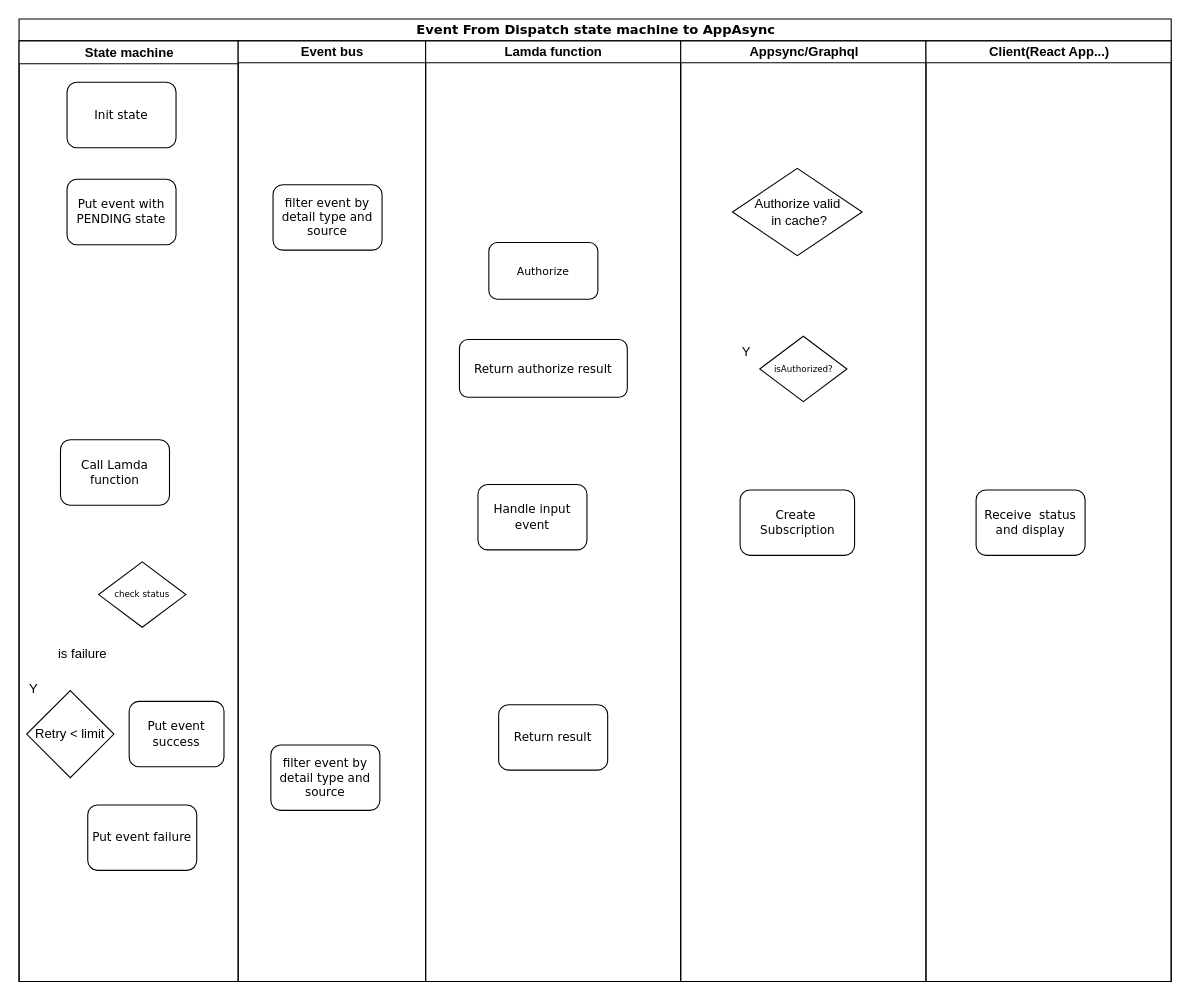
This is dispatchevent.drawio from dieunguyen2003/deploycode, a draw.io file, before an edit. Source tidied: cells renumbered, new cells numbered last; positions are measured from the earlier drawing's top-left corner, leaving out a move shared by most shapes. Both pictures are drawn from the tidied source at 109%, with x=0, y=0 at pixel (19, 19).
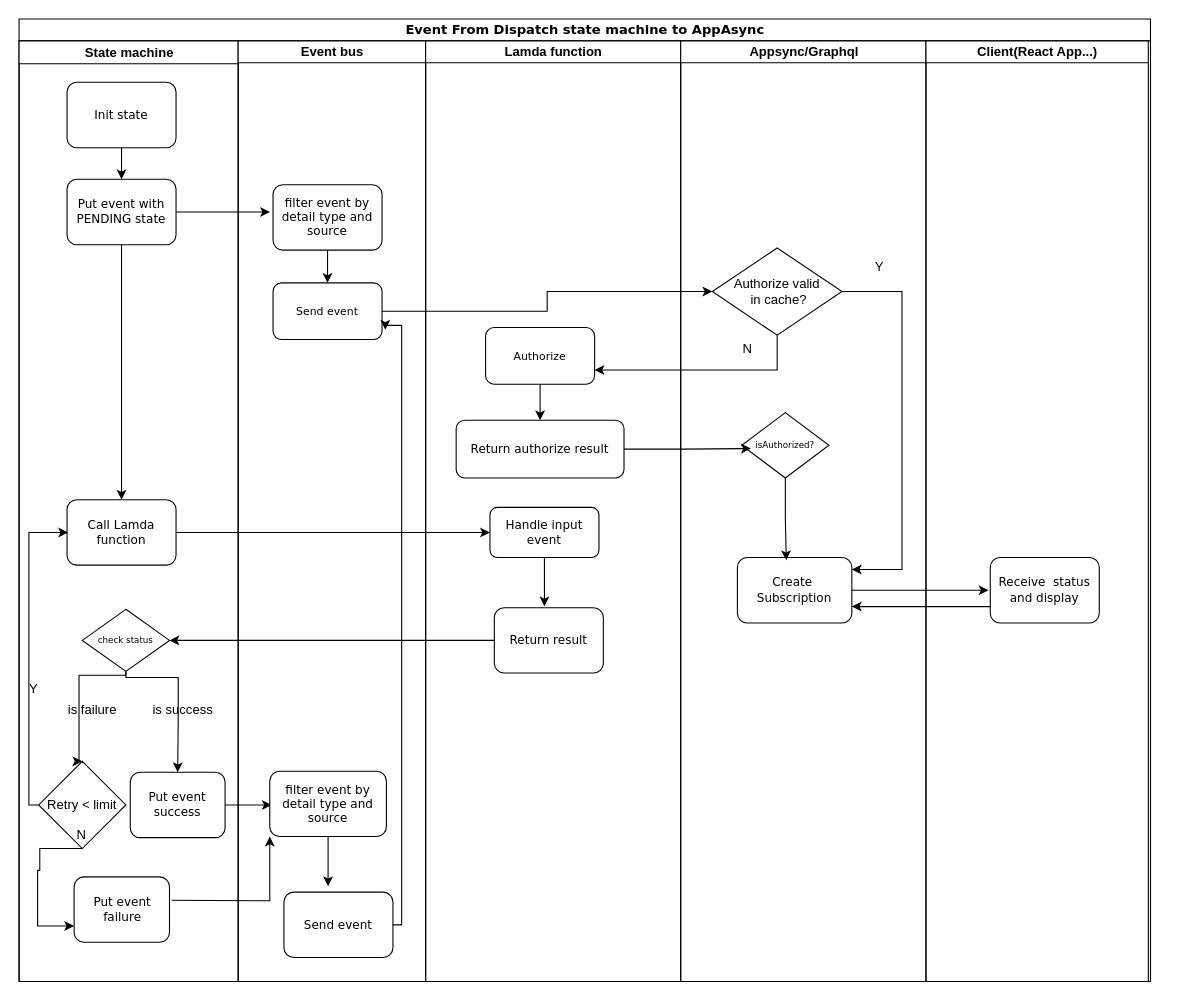
The same diagram, later.

Unchanged cells that the change refers to:
```xml
<mxCell id="3" value="State machine" style="swimlane;html=1;startSize=21;" parent="2" vertex="1">
  <mxGeometry y="20" width="201" height="863" as="geometry" />
</mxCell>
<mxCell id="4" value="&lt;span style=&quot;font-size: 11px;&quot;&gt;Init state&lt;/span&gt;" style="rounded=1;whiteSpace=wrap;html=1;shadow=0;labelBackgroundColor=none;strokeWidth=1;fontFamily=Verdana;fontSize=8;align=center;" parent="3" vertex="1">
  <mxGeometry x="44" y="38" width="100" height="60" as="geometry" />
</mxCell>
<mxCell id="5" value="&lt;font style=&quot;font-size: 11px;&quot;&gt;Put event with PENDING state&lt;/font&gt;" style="rounded=1;whiteSpace=wrap;html=1;shadow=0;labelBackgroundColor=none;strokeWidth=1;fontFamily=Verdana;fontSize=8;align=center;" parent="3" vertex="1">
  <mxGeometry x="44" y="127" width="100" height="60" as="geometry" />
</mxCell>
<mxCell id="13" value="Event bus" style="swimlane;html=1;startSize=20;" parent="2" vertex="1">
  <mxGeometry x="201" y="20" width="172" height="863" as="geometry" />
</mxCell>
<mxCell id="14" value="&lt;font style=&quot;font-size: 11px;&quot;&gt;filter event by detail type and source&lt;/font&gt;" style="rounded=1;whiteSpace=wrap;html=1;shadow=0;labelBackgroundColor=none;strokeWidth=1;fontFamily=Verdana;fontSize=8;align=center;" parent="13" vertex="1">
  <mxGeometry x="32" y="132" width="100" height="60" as="geometry" />
</mxCell>
<mxCell id="16" value="Lamda function" style="swimlane;html=1;startSize=20;" parent="2" vertex="1">
  <mxGeometry x="373" y="20" width="234" height="863" as="geometry" />
</mxCell>
<mxCell id="21" value="Appsync/Graphql" style="swimlane;html=1;startSize=20;" parent="2" vertex="1">
  <mxGeometry x="607" y="20" width="225" height="863" as="geometry" />
</mxCell>
```

The edit, as a diff of the source:
```diff
@@
     <mxCell id="2" value="&lt;font style=&quot;font-size: 12px;&quot;&gt;Event From Dispatch state machine to AppAsync&lt;/font&gt;" style="swimlane;html=1;startSize=20;rounded=0;shadow=0;labelBackgroundColor=none;strokeWidth=1;fontFamily=Verdana;fontSize=8;align=center;" parent="1" vertex="1">
-      <mxGeometry width="1057" height="883" as="geometry" />
+      <mxGeometry width="1038" height="883" as="geometry" />
     </mxCell>
@@
+    <mxCell id="28" style="edgeStyle=orthogonalEdgeStyle;rounded=0;jettySize=auto;html=1;entryX=0.5;entryY=0;entryDx=0;entryDy=0;" parent="3" edge="1" source="4" target="5">
+      <mxGeometry relative="1" as="geometry" />
+    </mxCell>
@@
+    <mxCell id="29" style="edgeStyle=orthogonalEdgeStyle;rounded=0;jettySize=auto;html=1;" parent="3" edge="1" source="5">
+      <mxGeometry relative="1" as="geometry">
+        <mxPoint x="230.2" y="157" as="targetPoint" />
+      </mxGeometry>
+    </mxCell>
+    <mxCell id="30" style="edgeStyle=orthogonalEdgeStyle;rounded=0;jettySize=auto;html=1;entryX=0.5;entryY=0;entryDx=0;entryDy=0;" parent="3" edge="1" source="5" target="6">
+      <mxGeometry relative="1" as="geometry" />
+    </mxCell>
@@
     <mxCell id="6" value="&lt;font style=&quot;font-size: 11px;&quot;&gt;Call Lamda function&lt;/font&gt;" style="rounded=1;whiteSpace=wrap;html=1;shadow=0;labelBackgroundColor=none;strokeWidth=1;fontFamily=Verdana;fontSize=8;align=center;" parent="3" vertex="1">
-      <mxGeometry x="38" y="366" width="100" height="60" as="geometry" />
+      <mxGeometry x="44" y="421" width="100" height="60" as="geometry" />
     </mxCell>
+    <mxCell id="31" style="edgeStyle=orthogonalEdgeStyle;rounded=0;jettySize=auto;html=1;entryX=0.5;entryY=0;entryDx=0;entryDy=0;" parent="3" edge="1" source="7" target="12">
+      <mxGeometry relative="1" as="geometry">
+        <Array as="points">
+          <mxPoint x="98" y="584" />
+          <mxPoint x="146" y="584" />
+          <mxPoint x="146" y="625" />
+        </Array>
+      </mxGeometry>
+    </mxCell>
+    <mxCell id="32" style="edgeStyle=orthogonalEdgeStyle;rounded=0;jettySize=auto;html=1;entryX=0.5;entryY=0;entryDx=0;entryDy=0;" parent="3" edge="1" source="7" target="8">
+      <mxGeometry relative="1" as="geometry">
+        <Array as="points">
+          <mxPoint x="98" y="582" />
+          <mxPoint x="55" y="582" />
+          <mxPoint x="55" y="661" />
+        </Array>
+      </mxGeometry>
+    </mxCell>
     <mxCell id="7" value="check status" style="rhombus;whiteSpace=wrap;html=1;rounded=0;shadow=0;labelBackgroundColor=none;strokeWidth=1;fontFamily=Verdana;fontSize=8;align=center;" parent="3" vertex="1">
-      <mxGeometry x="73" y="478" width="80" height="60" as="geometry" />
+      <mxGeometry x="58" y="521.5" width="80" height="57" as="geometry" />
     </mxCell>
+    <mxCell id="33" style="edgeStyle=orthogonalEdgeStyle;rounded=0;jettySize=auto;html=1;entryX=0.01;entryY=0.5;entryDx=0;entryDy=0;entryPerimeter=0;" parent="3" edge="1" source="8" target="6">
+      <mxGeometry relative="1" as="geometry">
+        <Array as="points">
+          <mxPoint x="9" y="701" />
+          <mxPoint x="9" y="451" />
+        </Array>
+      </mxGeometry>
+    </mxCell>
+    <mxCell id="34" style="edgeStyle=orthogonalEdgeStyle;rounded=0;jettySize=auto;html=1;entryX=0;entryY=0.75;entryDx=0;entryDy=0;exitX=0.5;exitY=1;exitDx=0;exitDy=0;" parent="3" edge="1" source="8" target="11">
+      <mxGeometry relative="1" as="geometry">
+        <Array as="points">
+          <mxPoint x="19" y="741" />
+          <mxPoint x="19" y="761" />
+          <mxPoint x="17" y="761" />
+          <mxPoint x="17" y="812" />
+        </Array>
+      </mxGeometry>
+    </mxCell>
     <mxCell id="8" value="Retry &amp;lt; limit" style="rhombus;whiteSpace=wrap;html=1;" parent="3" vertex="1">
-      <mxGeometry x="7" y="596" width="80" height="80" as="geometry" />
+      <mxGeometry x="18" y="661" width="80" height="80" as="geometry" />
     </mxCell>
     <mxCell id="9" value="is failure" style="text;html=1;align=center;verticalAlign=middle;strokeColor=none;fillColor=none;" parent="3" vertex="1">
-      <mxGeometry x="26" y="550" width="63" height="26" as="geometry" />
+      <mxGeometry x="35" y="601" width="63" height="26" as="geometry" />
     </mxCell>
@@
     <mxCell id="11" value="&lt;font style=&quot;font-size: 11px;&quot;&gt;Put event failure&lt;/font&gt;" style="rounded=1;whiteSpace=wrap;html=1;shadow=0;labelBackgroundColor=none;strokeWidth=1;fontFamily=Verdana;fontSize=8;align=center;" parent="3" vertex="1">
-      <mxGeometry x="63" y="701" width="100" height="60" as="geometry" />
+      <mxGeometry x="50.5" y="767" width="87.5" height="60" as="geometry" />
     </mxCell>
+    <mxCell id="35" style="edgeStyle=orthogonalEdgeStyle;rounded=0;jettySize=auto;html=1;" parent="3" edge="1" source="12">
+      <mxGeometry relative="1" as="geometry">
+        <mxPoint x="231.8" y="701" as="targetPoint" />
+      </mxGeometry>
+    </mxCell>
     <mxCell id="12" value="&lt;font style=&quot;font-size: 11px;&quot;&gt;Put event success&lt;/font&gt;" style="rounded=1;whiteSpace=wrap;html=1;shadow=0;labelBackgroundColor=none;strokeWidth=1;fontFamily=Verdana;fontSize=8;align=center;" parent="3" vertex="1">
-      <mxGeometry x="101" y="606" width="87" height="60" as="geometry" />
+      <mxGeometry x="102" y="671" width="87" height="60" as="geometry" />
     </mxCell>
+    <mxCell id="36" value="is success" style="text;html=1;align=center;verticalAlign=middle;strokeColor=none;fillColor=none;" parent="3" vertex="1">
+      <mxGeometry x="113" y="601" width="73" height="26" as="geometry" />
+    </mxCell>
@@
+    <mxCell id="37" style="edgeStyle=orthogonalEdgeStyle;rounded=0;jettySize=auto;html=1;entryX=0.5;entryY=0;entryDx=0;entryDy=0;" parent="13" edge="1" source="14" target="39">
+      <mxGeometry relative="1" as="geometry" />
+    </mxCell>
@@
+    <mxCell id="38" style="edgeStyle=orthogonalEdgeStyle;rounded=0;jettySize=auto;html=1;" parent="13" edge="1" source="15">
+      <mxGeometry relative="1" as="geometry">
+        <mxPoint x="82.5" y="775.6" as="targetPoint" />
+      </mxGeometry>
+    </mxCell>
     <mxCell id="15" value="&lt;font style=&quot;font-size: 11px;&quot;&gt;filter event by detail type and source&lt;/font&gt;" style="rounded=1;whiteSpace=wrap;html=1;shadow=0;labelBackgroundColor=none;strokeWidth=1;fontFamily=Verdana;fontSize=8;align=center;" parent="13" vertex="1">
-      <mxGeometry x="30" y="646" width="100" height="60" as="geometry" />
+      <mxGeometry x="29" y="670" width="107" height="60" as="geometry" />
     </mxCell>
+    <mxCell id="39" value="&lt;font style=&quot;font-size: 10px;&quot;&gt;Send event&lt;/font&gt;" style="rounded=1;whiteSpace=wrap;html=1;shadow=0;labelBackgroundColor=none;strokeWidth=1;fontFamily=Verdana;fontSize=8;align=center;" parent="13" vertex="1">
+      <mxGeometry x="32" y="222" width="100" height="52" as="geometry" />
+    </mxCell>
+    <mxCell id="40" style="edgeStyle=orthogonalEdgeStyle;rounded=0;jettySize=auto;html=1;" parent="13" edge="1" source="41">
+      <mxGeometry relative="1" as="geometry">
+        <mxPoint x="135" y="265" as="targetPoint" />
+        <Array as="points">
+          <mxPoint x="150" y="811" />
+          <mxPoint x="150" y="261" />
+          <mxPoint x="135" y="261" />
+        </Array>
+      </mxGeometry>
+    </mxCell>
+    <mxCell id="41" value="&lt;font style=&quot;font-size: 11px;&quot;&gt;Send event&lt;/font&gt;" style="rounded=1;whiteSpace=wrap;html=1;shadow=0;labelBackgroundColor=none;strokeWidth=1;fontFamily=Verdana;fontSize=8;align=center;" parent="13" vertex="1">
+      <mxGeometry x="42" y="781" width="100" height="60" as="geometry" />
+    </mxCell>
+    <mxCell id="42" style="edgeStyle=orthogonalEdgeStyle;rounded=0;jettySize=auto;html=1;entryX=0;entryY=1;entryDx=0;entryDy=0;" parent="13" edge="1" target="15">
+      <mxGeometry relative="1" as="geometry">
+        <mxPoint x="-61" y="788.4" as="sourcePoint" />
+      </mxGeometry>
+    </mxCell>
@@
+    <mxCell id="43" style="edgeStyle=orthogonalEdgeStyle;rounded=0;jettySize=auto;html=1;" parent="16" edge="1" source="17" target="19">
+      <mxGeometry relative="1" as="geometry" />
+    </mxCell>
     <mxCell id="17" value="&lt;font style=&quot;font-size: 10px;&quot;&gt;Authorize&lt;/font&gt;" style="rounded=1;whiteSpace=wrap;html=1;shadow=0;labelBackgroundColor=none;strokeWidth=1;fontFamily=Verdana;fontSize=8;align=center;" parent="16" vertex="1">
-      <mxGeometry x="58" y="185" width="100" height="52" as="geometry" />
+      <mxGeometry x="55" y="263" width="100" height="52" as="geometry" />
     </mxCell>
+    <mxCell id="44" style="edgeStyle=orthogonalEdgeStyle;rounded=0;jettySize=auto;html=1;" parent="16" edge="1" source="18">
+      <mxGeometry relative="1" as="geometry">
+        <mxPoint x="109" y="518.8" as="targetPoint" />
+      </mxGeometry>
+    </mxCell>
     <mxCell id="18" value="&lt;font style=&quot;font-size: 11px;&quot;&gt;Handle input event&lt;/font&gt;" style="rounded=1;whiteSpace=wrap;html=1;shadow=0;labelBackgroundColor=none;strokeWidth=1;fontFamily=Verdana;fontSize=8;align=center;" parent="16" vertex="1">
-      <mxGeometry x="48" y="407" width="100" height="60" as="geometry" />
+      <mxGeometry x="59" y="428" width="100" height="46" as="geometry" />
     </mxCell>
     <mxCell id="19" value="&lt;font style=&quot;font-size: 11px;&quot;&gt;Return&amp;nbsp;authorize result&lt;/font&gt;" style="rounded=1;whiteSpace=wrap;html=1;shadow=0;labelBackgroundColor=none;strokeWidth=1;fontFamily=Verdana;fontSize=8;align=center;" parent="16" vertex="1">
-      <mxGeometry x="31" y="274" width="154" height="53" as="geometry" />
+      <mxGeometry x="28" y="348" width="154" height="53" as="geometry" />
     </mxCell>
     <mxCell id="20" value="&lt;font style=&quot;font-size: 11px;&quot;&gt;Return result&lt;/font&gt;" style="rounded=1;whiteSpace=wrap;html=1;shadow=0;labelBackgroundColor=none;strokeWidth=1;fontFamily=Verdana;fontSize=8;align=center;" parent="16" vertex="1">
-      <mxGeometry x="67" y="609" width="100" height="60" as="geometry" />
+      <mxGeometry x="63" y="520" width="100" height="60" as="geometry" />
     </mxCell>
@@
+    <mxCell id="45" style="edgeStyle=orthogonalEdgeStyle;rounded=0;jettySize=auto;html=1;" parent="21" edge="1" source="22">
+      <mxGeometry relative="1" as="geometry">
+        <mxPoint x="282.4" y="504" as="targetPoint" />
+      </mxGeometry>
+    </mxCell>
     <mxCell id="22" value="&lt;font style=&quot;font-size: 11px;&quot;&gt;Create&amp;nbsp;&lt;br&gt;Subscription&lt;/font&gt;" style="rounded=1;whiteSpace=wrap;html=1;shadow=0;labelBackgroundColor=none;strokeWidth=1;fontFamily=Verdana;fontSize=8;align=center;" parent="21" vertex="1">
-      <mxGeometry x="54.5" y="412" width="105" height="60" as="geometry" />
+      <mxGeometry x="52" y="474" width="105" height="60" as="geometry" />
     </mxCell>
+    <mxCell id="46" style="edgeStyle=orthogonalEdgeStyle;rounded=0;jettySize=auto;html=1;" parent="21" edge="1" source="23" target="22">
+      <mxGeometry relative="1" as="geometry">
+        <Array as="points">
+          <mxPoint x="203" y="230" />
+          <mxPoint x="203" y="485" />
+        </Array>
+      </mxGeometry>
+    </mxCell>
     <mxCell id="23" value="Authorize valid&lt;br&gt;&amp;nbsp;in cache?" style="rhombus;whiteSpace=wrap;html=1;" parent="21" vertex="1">
-      <mxGeometry x="47.5" y="117" width="119" height="80" as="geometry" />
+      <mxGeometry x="29" y="190" width="119" height="80" as="geometry" />
     </mxCell>
     <mxCell id="24" value="isAuthorized?" style="rhombus;whiteSpace=wrap;html=1;rounded=0;shadow=0;labelBackgroundColor=none;strokeWidth=1;fontFamily=Verdana;fontSize=8;align=center;" parent="21" vertex="1">
-      <mxGeometry x="72.5" y="271" width="80" height="60" as="geometry" />
+      <mxGeometry x="56" y="341" width="80" height="60" as="geometry" />
     </mxCell>
+    <mxCell id="27" value="Y" style="text;html=1;align=center;verticalAlign=middle;strokeColor=none;fillColor=none;" parent="21" vertex="1">
+      <mxGeometry x="169" y="195" width="26" height="26" as="geometry" />
+    </mxCell>
+    <mxCell id="47" style="edgeStyle=orthogonalEdgeStyle;rounded=0;jettySize=auto;html=1;entryX=0.427;entryY=0.04;entryDx=0;entryDy=0;entryPerimeter=0;" parent="21" edge="1" source="24" target="22">
+      <mxGeometry relative="1" as="geometry" />
+    </mxCell>
+    <mxCell id="48" value="N" style="text;html=1;align=center;verticalAlign=middle;strokeColor=none;fillColor=none;" parent="21" vertex="1">
+      <mxGeometry x="47" y="270" width="27" height="26" as="geometry" />
+    </mxCell>
     <mxCell id="25" value="Client(React App...)" style="swimlane;html=1;startSize=20;" parent="2" vertex="1">
-      <mxGeometry x="832" y="20" width="225" height="863" as="geometry" />
+      <mxGeometry x="832" y="20" width="204" height="863" as="geometry" />
     </mxCell>
     <mxCell id="26" value="&lt;font style=&quot;font-size: 11px;&quot;&gt;Receive&amp;nbsp; status and display&lt;/font&gt;" style="rounded=1;whiteSpace=wrap;html=1;shadow=0;labelBackgroundColor=none;strokeWidth=1;fontFamily=Verdana;fontSize=8;align=center;" parent="25" vertex="1">
-      <mxGeometry x="46" y="412" width="100" height="60" as="geometry" />
+      <mxGeometry x="59" y="474" width="100" height="60" as="geometry" />
     </mxCell>
-    <mxCell id="27" value="Y" style="text;html=1;align=center;verticalAlign=middle;strokeColor=none;fillColor=none;" parent="1" vertex="1">
-      <mxGeometry x="654" y="293" width="26" height="26" as="geometry" />
-    </mxCell>
+    <mxCell id="49" style="edgeStyle=orthogonalEdgeStyle;rounded=0;jettySize=auto;html=1;entryX=0;entryY=0.5;entryDx=0;entryDy=0;" parent="2" edge="1" source="39" target="23">
+      <mxGeometry relative="1" as="geometry" />
+    </mxCell>
+    <mxCell id="50" style="edgeStyle=orthogonalEdgeStyle;rounded=0;jettySize=auto;html=1;entryX=1;entryY=0.75;entryDx=0;entryDy=0;" parent="2" edge="1" source="23" target="17">
+      <mxGeometry relative="1" as="geometry">
+        <Array as="points">
+          <mxPoint x="696" y="322" />
+        </Array>
+      </mxGeometry>
+    </mxCell>
+    <mxCell id="51" style="edgeStyle=orthogonalEdgeStyle;rounded=0;jettySize=auto;html=1;entryX=0.105;entryY=0.55;entryDx=0;entryDy=0;entryPerimeter=0;" parent="2" edge="1" source="19" target="24">
+      <mxGeometry relative="1" as="geometry" />
+    </mxCell>
+    <mxCell id="52" style="edgeStyle=orthogonalEdgeStyle;rounded=0;jettySize=auto;html=1;entryX=1;entryY=0.75;entryDx=0;entryDy=0;" parent="2" edge="1" source="26" target="22">
+      <mxGeometry relative="1" as="geometry">
+        <Array as="points">
+          <mxPoint x="857" y="539" />
+          <mxPoint x="857" y="539" />
+        </Array>
+      </mxGeometry>
+    </mxCell>
+    <mxCell id="53" style="edgeStyle=orthogonalEdgeStyle;rounded=0;jettySize=auto;html=1;entryX=0;entryY=0.5;entryDx=0;entryDy=0;" parent="2" edge="1" source="6" target="18">
+      <mxGeometry relative="1" as="geometry" />
+    </mxCell>
+    <mxCell id="54" style="edgeStyle=orthogonalEdgeStyle;rounded=0;jettySize=auto;html=1;entryX=1;entryY=0.5;entryDx=0;entryDy=0;" parent="2" edge="1" source="20" target="7">
+      <mxGeometry relative="1" as="geometry" />
+    </mxCell>
+    <mxCell id="55" value="N" style="text;html=1;align=center;verticalAlign=middle;strokeColor=none;fillColor=none;" parent="1" vertex="1">
+      <mxGeometry x="43" y="736" width="27" height="26" as="geometry" />
+    </mxCell>
```
